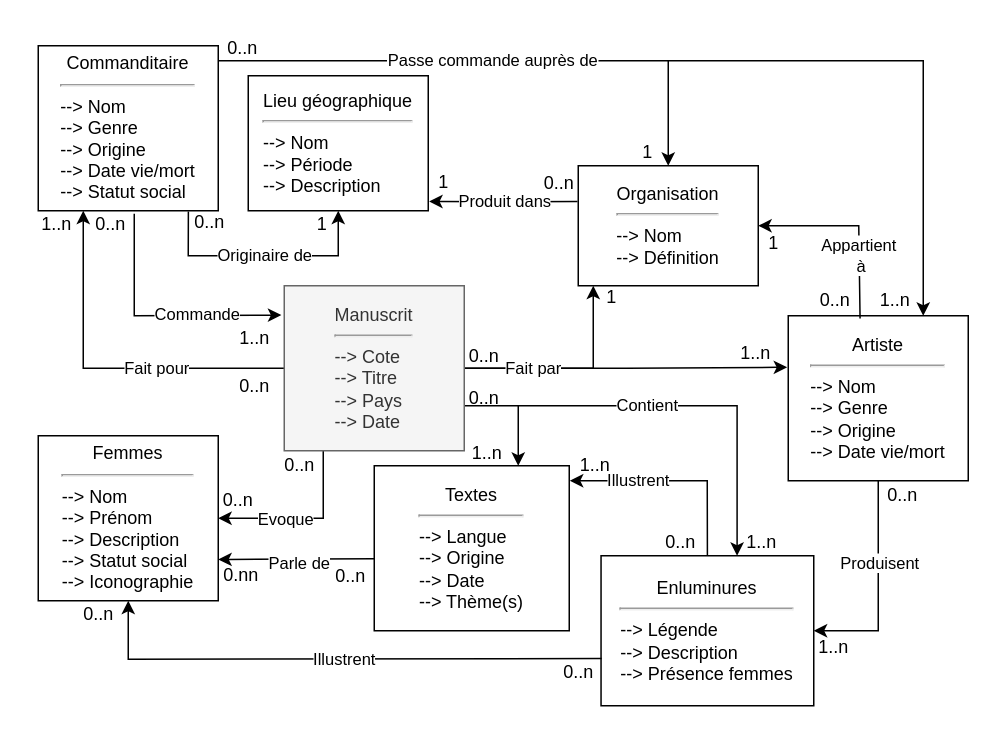
Earlier version of the draw.io diagram Diagramme_manuscrits_enlluminés.drawio (ellieiri/enluminures_arthuriennes). Source tidied: cells renumbered, new cells numbered last; positions are measured from the earlier drawing's top-left corner, leaving out a move shared by most shapes. Both pictures are drawn from the tidied source at 150%, with x=0, y=0 at pixel (26, 26).
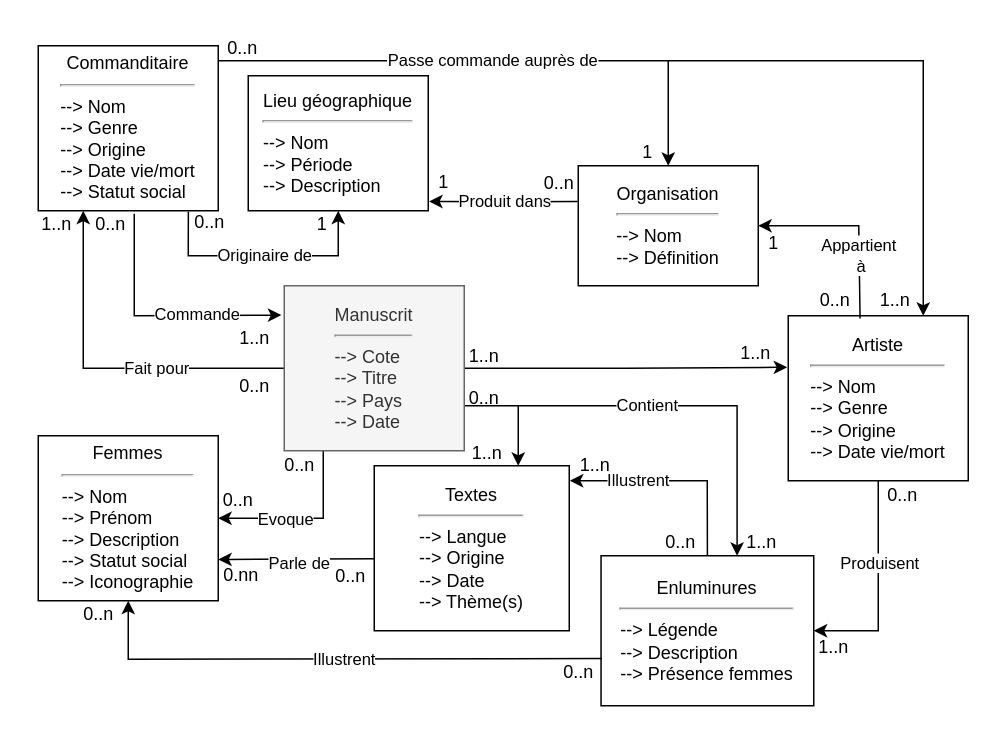
The same diagram, later.

Commit message:
Mettre à jour Diagramme_manuscrits_enlluminés.drawio

The change refers to these unchanged cells:
```xml
<mxCell id="9" value="&lt;div&gt;Manuscrit&lt;/div&gt;&lt;div&gt;&lt;hr&gt;&lt;/div&gt;&lt;div align=&quot;left&quot;&gt;--&amp;gt; Cote&lt;br&gt;--&amp;gt; Titre&lt;br&gt;--&amp;gt; Pays&lt;br&gt;--&amp;gt; Date&lt;/div&gt;" style="rounded=0;whiteSpace=wrap;html=1;fillColor=#f5f5f5;strokeColor=#666666;fontColor=#333333;" parent="1" vertex="1">
  <mxGeometry x="172" y="173" width="120" height="110" as="geometry" />
</mxCell>
<mxCell id="11" value="&lt;div&gt;Organisation&lt;br&gt;&lt;/div&gt;&lt;div&gt;&lt;hr&gt;&lt;/div&gt;&lt;div align=&quot;left&quot;&gt;--&amp;gt; Nom&lt;br&gt;--&amp;gt; Définition&lt;/div&gt;" style="rounded=0;whiteSpace=wrap;html=1;" parent="1" vertex="1">
  <mxGeometry x="368" y="93" width="120" height="80" as="geometry" />
</mxCell>
```

Diff of the diagram source:
```diff
@@
-    <mxCell id="3" value="Fait par" style="edgeStyle=orthogonalEdgeStyle;rounded=0;jettySize=auto;html=1;" parent="1" edge="1" source="9" target="11">
-      <mxGeometry x="-0.35" relative="1" as="geometry">
-        <Array as="points">
-          <mxPoint x="378" y="228" />
-        </Array>
-      </mxGeometry>
-    </mxCell>
@@
-    <mxCell id="48" value="0..n" style="text;html=1;align=center;verticalAlign=middle;strokeColor=none;fillColor=none;" parent="1" vertex="1">
+    <mxCell id="48" value="1..n" style="text;html=1;align=center;verticalAlign=middle;strokeColor=none;fillColor=none;" parent="1" vertex="1">
       <mxGeometry x="285" y="205" width="40" height="30" as="geometry" />
     </mxCell>
-    <mxCell id="49" value="1" style="text;html=1;align=center;verticalAlign=middle;strokeColor=none;fillColor=none;" parent="1" vertex="1">
-      <mxGeometry x="375" y="166" width="30" height="30" as="geometry" />
-    </mxCell>
```
